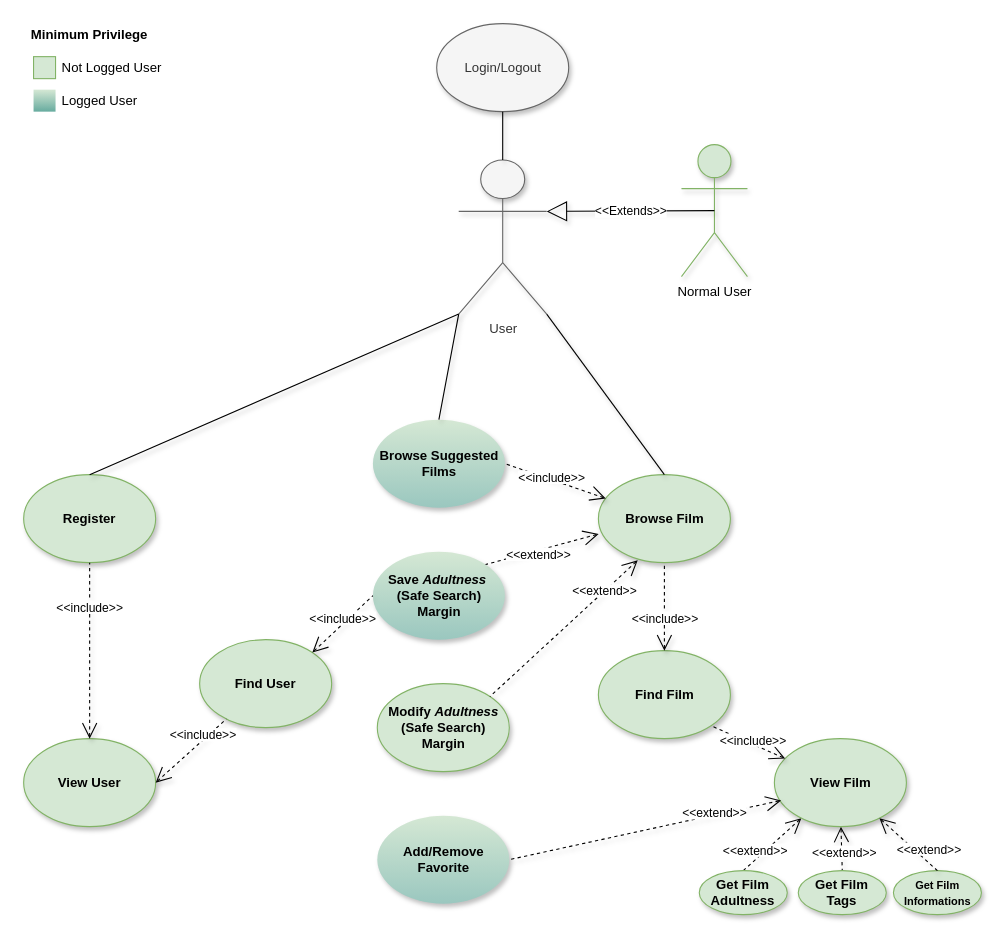
Earlier version of the draw.io diagram Task2/Documentation/Data Mining/Diagrams/Use Case.drawio (unipi-fr/LargeScaleMultiStructureDatabases). Source tidied: cells renumbered, new cells numbered last; positions are measured from the earlier drawing's top-left corner, leaving out a move shared by most shapes. Both pictures are drawn from the tidied source at 110%, with x=0, y=0 at pixel (23, 23).
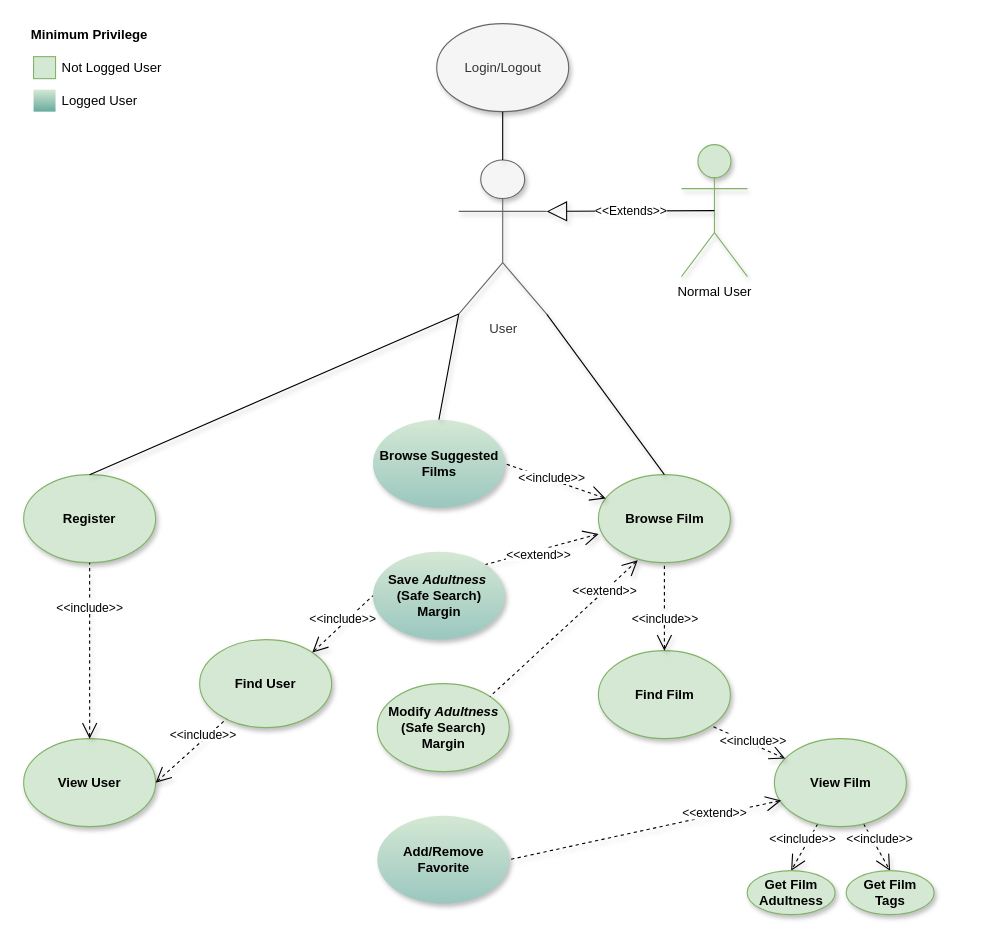
The same page after the edit.

The change refers to these unchanged cells:
```xml
<mxCell id="10" value="View Film" style="ellipse;whiteSpace=wrap;html=1;fontStyle=1;fillColor=#d5e8d4;strokeColor=#82b366;shadow=1;" parent="1" vertex="1">
  <mxGeometry x="682.5" y="650" width="120" height="80" as="geometry" />
</mxCell>
```

Change to the diagram source:
```diff
@@
-    <mxCell id="8" value="&lt;span style=&quot;background-color: rgb(255 , 255 , 255)&quot;&gt;&amp;lt;&amp;lt;extend&amp;gt;&amp;gt;&lt;/span&gt;" style="edgeStyle=none;html=1;startArrow=open;endArrow=none;startSize=12;verticalAlign=bottom;dashed=1;labelBackgroundColor=none;entryX=0.5;entryY=0;entryDx=0;entryDy=0;shadow=1;" parent="1" edge="1" source="10" target="11">
-      <mxGeometry x="0.6" y="1" relative="1" as="geometry" />
+    <mxCell id="8" value="&lt;span style=&quot;background-color: rgb(255 , 255 , 255)&quot;&gt;&amp;lt;&amp;lt;include&amp;gt;&amp;gt;&lt;/span&gt;" style="edgeStyle=none;html=1;startArrow=none;endArrow=open;startSize=12;verticalAlign=bottom;dashed=1;labelBackgroundColor=none;entryX=0.5;entryY=0;entryDx=0;entryDy=0;shadow=1;endFill=0;endSize=12;startFill=0;" parent="1" edge="1" source="10" target="11">
+      <mxGeometry x="0.08" y="-1" relative="1" as="geometry" />
     </mxCell>
-    <mxCell id="9" value="&lt;span style=&quot;background-color: rgb(255 , 255 , 255)&quot;&gt;&amp;lt;&amp;lt;extend&amp;gt;&amp;gt;&lt;/span&gt;" style="edgeStyle=none;html=1;startArrow=open;endArrow=none;startSize=12;verticalAlign=bottom;dashed=1;labelBackgroundColor=none;entryX=0.5;entryY=0;entryDx=0;entryDy=0;shadow=1;" parent="1" edge="1" source="10" target="12">
-      <mxGeometry x="0.65" y="2" relative="1" as="geometry" />
+    <mxCell id="9" value="&lt;span style=&quot;background-color: rgb(255 , 255 , 255)&quot;&gt;&amp;lt;&amp;lt;&lt;/span&gt;&lt;span style=&quot;background-color: rgb(255 , 255 , 255)&quot;&gt;include&lt;/span&gt;&lt;span style=&quot;background-color: rgb(255 , 255 , 255)&quot;&gt;&amp;gt;&amp;gt;&lt;/span&gt;" style="edgeStyle=none;html=1;startArrow=none;endArrow=open;startSize=12;verticalAlign=bottom;dashed=1;labelBackgroundColor=none;entryX=0.5;entryY=0;entryDx=0;entryDy=0;shadow=1;endFill=0;endSize=12;startFill=0;targetPerimeterSpacing=0;" parent="1" edge="1" source="10" target="12">
+      <mxGeometry x="0.09" y="1" relative="1" as="geometry" />
     </mxCell>
@@
     <mxCell id="11" value="Get Film Adultness" style="ellipse;whiteSpace=wrap;html=1;fontStyle=1;fillColor=#d5e8d4;strokeColor=#82b366;shadow=1;" parent="1" vertex="1">
-      <mxGeometry x="614.2" y="770" width="80" height="40" as="geometry" />
+      <mxGeometry x="657.7" y="770" width="80" height="40" as="geometry" />
     </mxCell>
     <mxCell id="12" value="Get Film Tags" style="ellipse;whiteSpace=wrap;html=1;fontStyle=1;fillColor=#d5e8d4;strokeColor=#82b366;shadow=1;" parent="1" vertex="1">
-      <mxGeometry x="704.2" y="770" width="80" height="40" as="geometry" />
+      <mxGeometry x="747.7" y="770" width="80" height="40" as="geometry" />
     </mxCell>
@@
-    <mxCell id="28" value="&lt;font style=&quot;font-size: 10px&quot;&gt;Get Film Informations&lt;/font&gt;" style="ellipse;whiteSpace=wrap;html=1;fontStyle=1;fillColor=#d5e8d4;strokeColor=#82b366;shadow=1;" parent="1" vertex="1">
-      <mxGeometry x="790.7" y="770" width="80" height="40" as="geometry" />
-    </mxCell>
-    <mxCell id="29" value="&lt;span style=&quot;background-color: rgb(255 , 255 , 255)&quot;&gt;&amp;lt;&amp;lt;extend&amp;gt;&amp;gt;&lt;/span&gt;" style="edgeStyle=none;html=1;startArrow=open;endArrow=none;startSize=12;verticalAlign=bottom;dashed=1;labelBackgroundColor=none;entryX=0.5;entryY=0;entryDx=0;entryDy=0;shadow=1;" parent="1" edge="1" source="10" target="28">
-      <mxGeometry x="0.65" y="2" relative="1" as="geometry" />
-    </mxCell>
```
